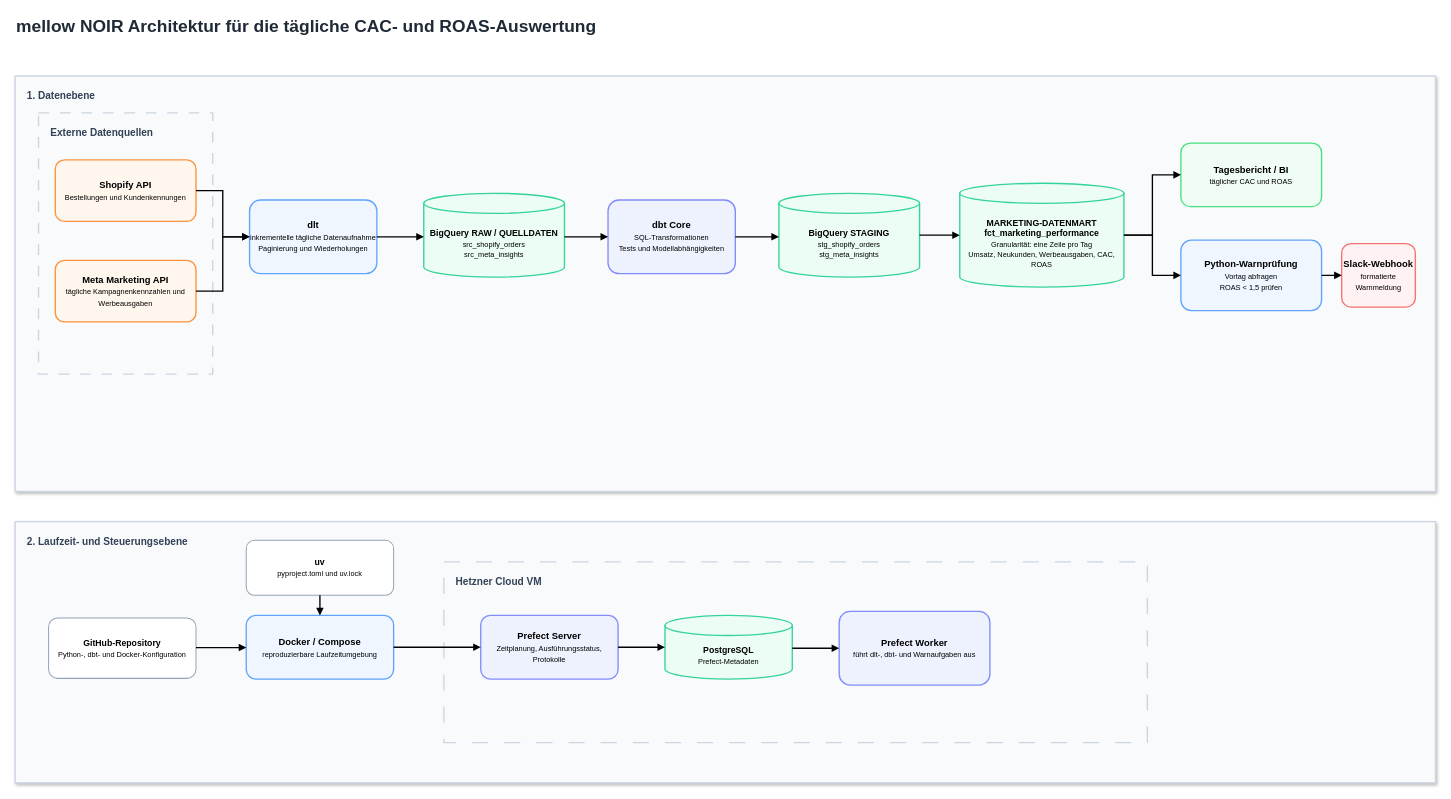
Before: page "01 - Architecture" (1 of 2) of doc/01_Architekturdiagramm.drawio in pu2is/MN_CaseStudy, a draw.io diagram. Source tidied: cells renumbered, new cells numbered last; positions are measured from the earlier drawing's top-left corner, leaving out a move shared by most shapes. Both pictures are drawn from the tidied source at 67%, with x=0, y=0 at pixel (15, 11).
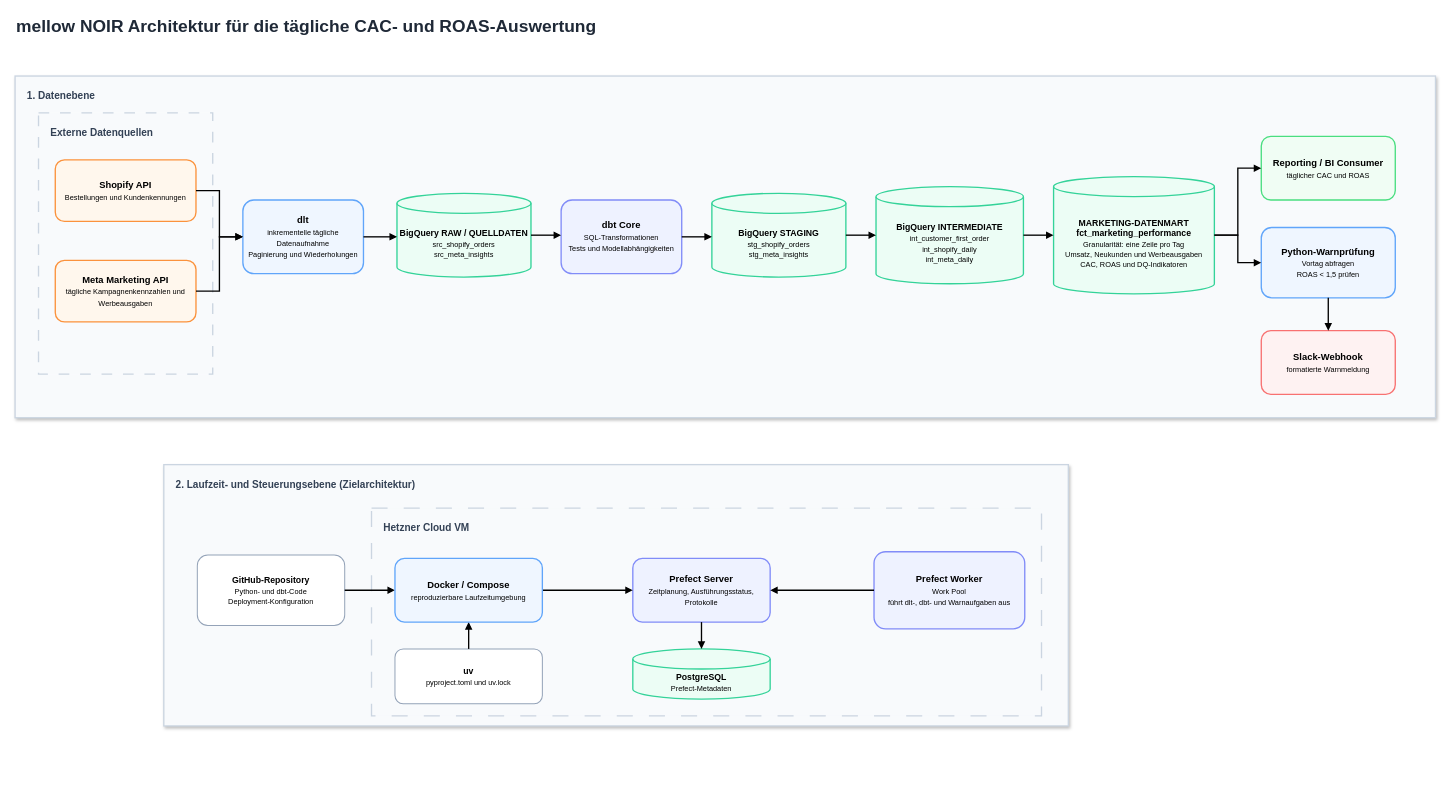
Above is the later version.

Change to the diagram source:
```diff
@@
     <mxCell id="3" value="1. Datenebene" style="rounded=0;whiteSpace=wrap;html=1;fillColor=#F8FAFC;strokeColor=#CBD5E1;strokeWidth=2;arcSize=8;verticalAlign=top;align=left;spacingTop=14;spacingLeft=16;fontSize=15;fontStyle=1;fontColor=#334155;glass=0;shadow=1;" parent="1" vertex="1">
-      <mxGeometry y="96" width="2120" height="620" as="geometry" />
+      <mxGeometry y="96" width="2120" height="510" as="geometry" />
     </mxCell>
@@
     <mxCell id="7" value="dlt&lt;br&gt;&lt;font style=&quot;font-size:11px;font-weight:normal&quot;&gt;inkrementelle tägliche Datenaufnahme&lt;br&gt;Paginierung und Wiederholungen&lt;/font&gt;" style="rounded=1;whiteSpace=wrap;html=1;fillColor=#EFF6FF;strokeColor=#60A5FA;strokeWidth=2;fontSize=14;fontStyle=1;align=center;verticalAlign=middle;" parent="1" vertex="1">
-      <mxGeometry x="350" y="281" width="190" height="110" as="geometry" />
+      <mxGeometry x="340" y="281" width="180" height="110" as="geometry" />
     </mxCell>
     <mxCell id="8" value="BigQuery RAW / QUELLDATEN&lt;br&gt;&lt;font style=&quot;font-size:11px;font-weight:normal&quot;&gt;src_shopify_orders&lt;br&gt;src_meta_insights&lt;/font&gt;" style="shape=cylinder3;whiteSpace=wrap;html=1;boundedLbl=1;backgroundOutline=1;size=15;fillColor=#ECFDF5;strokeColor=#34D399;strokeWidth=2;fontSize=13;fontStyle=1;align=center;verticalAlign=middle;" parent="1" vertex="1">
-      <mxGeometry x="610" y="271" width="210" height="125" as="geometry" />
+      <mxGeometry x="570" y="271" width="200" height="125" as="geometry" />
     </mxCell>
     <mxCell id="9" value="dbt Core&lt;br&gt;&lt;font style=&quot;font-size:11px;font-weight:normal&quot;&gt;SQL-Transformationen&lt;br&gt;Tests und Modellabhängigkeiten&lt;/font&gt;" style="rounded=1;whiteSpace=wrap;html=1;fillColor=#EEF2FF;strokeColor=#818CF8;strokeWidth=2;fontSize=14;fontStyle=1;align=center;verticalAlign=middle;" parent="1" vertex="1">
-      <mxGeometry x="885" y="281" width="190" height="110" as="geometry" />
+      <mxGeometry x="815" y="281" width="180" height="110" as="geometry" />
     </mxCell>
     <mxCell id="10" value="BigQuery STAGING&lt;br&gt;&lt;font style=&quot;font-size:11px;font-weight:normal&quot;&gt;stg_shopify_orders&lt;br&gt;stg_meta_insights&lt;/font&gt;" style="shape=cylinder3;whiteSpace=wrap;html=1;boundedLbl=1;backgroundOutline=1;size=15;fillColor=#ECFDF5;strokeColor=#34D399;strokeWidth=2;fontSize=13;fontStyle=1;align=center;verticalAlign=middle;" parent="1" vertex="1">
-      <mxGeometry x="1140" y="271" width="210" height="125" as="geometry" />
+      <mxGeometry x="1040" y="271" width="200" height="125" as="geometry" />
     </mxCell>
+    <mxCell id="37" value="BigQuery INTERMEDIATE&lt;br&gt;&lt;font style=&quot;font-size:11px;font-weight:normal&quot;&gt;int_customer_first_order&lt;br&gt;int_shopify_daily&lt;br&gt;int_meta_daily&lt;/font&gt;" style="shape=cylinder3;whiteSpace=wrap;html=1;boundedLbl=1;backgroundOutline=1;size=15;fillColor=#ECFDF5;strokeColor=#34D399;strokeWidth=2;fontSize=13;fontStyle=1;align=center;verticalAlign=middle;" parent="1" vertex="1">
+      <mxGeometry x="1285" y="261" width="220" height="145" as="geometry" />
+    </mxCell>
-    <mxCell id="11" value="MARKETING-DATENMART&lt;br&gt;&lt;b&gt;fct_marketing_performance&lt;/b&gt;&lt;br&gt;&lt;font style=&quot;font-size:11px;font-weight:normal&quot;&gt;Granularität: eine Zeile pro Tag&lt;br&gt;Umsatz, Neukunden, Werbeausgaben, CAC, ROAS&lt;/font&gt;" style="shape=cylinder3;whiteSpace=wrap;html=1;boundedLbl=1;backgroundOutline=1;size=15;fillColor=#ECFDF5;strokeColor=#34D399;strokeWidth=2;fontSize=13;fontStyle=1;align=center;verticalAlign=middle;" parent="1" vertex="1">
-      <mxGeometry x="1410" y="256" width="245" height="155" as="geometry" />
+    <mxCell id="11" value="MARKETING-DATENMART&lt;br&gt;&lt;b&gt;fct_marketing_performance&lt;/b&gt;&lt;br&gt;&lt;font style=&quot;font-size:11px;font-weight:normal&quot;&gt;Granularität: eine Zeile pro Tag&lt;br&gt;Umsatz, Neukunden und Werbeausgaben&lt;br&gt;CAC, ROAS und DQ-Indikatoren&lt;/font&gt;" style="shape=cylinder3;whiteSpace=wrap;html=1;boundedLbl=1;backgroundOutline=1;size=15;fillColor=#ECFDF5;strokeColor=#34D399;strokeWidth=2;fontSize=13;fontStyle=1;align=center;verticalAlign=middle;" parent="1" vertex="1">
+      <mxGeometry x="1550" y="246" width="240" height="175" as="geometry" />
     </mxCell>
-    <mxCell id="12" value="Tagesbericht / BI&lt;br&gt;&lt;font style=&quot;font-size:11px;font-weight:normal&quot;&gt;täglicher CAC und ROAS&lt;/font&gt;" style="rounded=1;whiteSpace=wrap;html=1;fillColor=#F0FDF4;strokeColor=#4ADE80;strokeWidth=2;fontSize=14;fontStyle=1;align=center;verticalAlign=middle;" parent="1" vertex="1">
-      <mxGeometry x="1740" y="196" width="210" height="95" as="geometry" />
+    <mxCell id="12" value="Reporting / BI Consumer&lt;br&gt;&lt;font style=&quot;font-size:11px;font-weight:normal&quot;&gt;täglicher CAC und ROAS&lt;/font&gt;" style="rounded=1;whiteSpace=wrap;html=1;fillColor=#F0FDF4;strokeColor=#4ADE80;strokeWidth=2;fontSize=14;fontStyle=1;align=center;verticalAlign=middle;" parent="1" vertex="1">
+      <mxGeometry x="1860" y="186" width="200" height="95" as="geometry" />
     </mxCell>
     <mxCell id="13" value="Python-Warnprüfung&lt;br&gt;&lt;font style=&quot;font-size:11px;font-weight:normal&quot;&gt;Vortag abfragen&lt;br&gt;ROAS &amp;lt; 1,5 prüfen&lt;/font&gt;" style="rounded=1;whiteSpace=wrap;html=1;fillColor=#EFF6FF;strokeColor=#60A5FA;strokeWidth=2;fontSize=14;fontStyle=1;align=center;verticalAlign=middle;" parent="1" vertex="1">
-      <mxGeometry x="1740" y="341" width="210" height="105" as="geometry" />
+      <mxGeometry x="1860" y="322" width="200" height="105" as="geometry" />
     </mxCell>
     <mxCell id="14" value="Slack-Webhook&lt;br&gt;&lt;font style=&quot;font-size:11px;font-weight:normal&quot;&gt;formatierte Warnmeldung&lt;/font&gt;" style="rounded=1;whiteSpace=wrap;html=1;fillColor=#FEF2F2;strokeColor=#F87171;strokeWidth=2;fontSize=14;fontStyle=1;align=center;verticalAlign=middle;" parent="1" vertex="1">
-      <mxGeometry x="1980" y="346" width="110" height="95" as="geometry" />
+      <mxGeometry x="1860" y="476" width="200" height="95" as="geometry" />
     </mxCell>
@@
-    <mxCell id="20" style="edgeStyle=orthogonalEdgeStyle;rounded=0;jettySize=auto;html=1;endArrow=block;endFill=1;strokeWidth=2;" parent="1" edge="1" source="10" target="11">
+    <mxCell id="20" style="edgeStyle=orthogonalEdgeStyle;rounded=0;jettySize=auto;html=1;endArrow=block;endFill=1;strokeWidth=2;" parent="1" edge="1" source="10" target="37">
       <mxGeometry relative="1" as="geometry" />
     </mxCell>
+    <mxCell id="38" style="edgeStyle=orthogonalEdgeStyle;rounded=0;jettySize=auto;html=1;endArrow=block;endFill=1;strokeWidth=2;" parent="1" edge="1" source="37" target="11">
+      <mxGeometry relative="1" as="geometry" />
+    </mxCell>
@@
+    <mxCell id="39" style="group;" parent="1" vertex="1">
+      <mxGeometry x="222" y="676" width="1350" height="390" as="geometry" />
+    </mxCell>
-    <mxCell id="24" value="2. Laufzeit- und Steuerungsebene" style="rounded=0;whiteSpace=wrap;html=1;fillColor=#F8FAFC;strokeColor=#CBD5E1;strokeWidth=2;arcSize=8;verticalAlign=top;align=left;spacingTop=14;spacingLeft=16;fontSize=15;fontStyle=1;fontColor=#334155;shadow=1;" parent="1" vertex="1">
-      <mxGeometry y="761" width="2120" height="390" as="geometry" />
+    <mxCell id="24" value="2. Laufzeit- und Steuerungsebene (Zielarchitektur)" style="rounded=0;whiteSpace=wrap;html=1;fillColor=#F8FAFC;strokeColor=#CBD5E1;strokeWidth=2;arcSize=8;verticalAlign=top;align=left;spacingTop=14;spacingLeft=16;fontSize=15;fontStyle=1;fontColor=#334155;shadow=1;" parent="39" vertex="1">
+      <mxGeometry width="1350" height="390" as="geometry" />
     </mxCell>
+    <mxCell id="28" value="Hetzner Cloud VM" style="rounded=0;whiteSpace=wrap;html=1;fillColor=#F8FAFC;strokeColor=#CBD5E1;strokeWidth=2;arcSize=8;verticalAlign=top;align=left;spacingTop=14;spacingLeft=16;fontSize=15;fontStyle=1;fontColor=#334155;dashed=1;dashPattern=12 12;" parent="39" vertex="1">
+      <mxGeometry x="310" y="65" width="1000" height="310" as="geometry" />
+    </mxCell>
-    <mxCell id="25" value="GitHub-Repository&lt;br&gt;&lt;font style=&quot;font-size:11px;font-weight:normal&quot;&gt;Python-, dbt- und Docker-Konfiguration&lt;/font&gt;" style="rounded=1;whiteSpace=wrap;html=1;fillColor=#FFFFFF;strokeColor=#94A3B8;strokeWidth=1.5;fontSize=13;fontStyle=1;align=center;verticalAlign=middle;" parent="1" vertex="1">
-      <mxGeometry x="50" y="905" width="220" height="90" as="geometry" />
+    <mxCell id="25" value="GitHub-Repository&lt;br&gt;&lt;font style=&quot;font-size:11px;font-weight:normal&quot;&gt;Python- und dbt-Code&lt;br&gt;Deployment-Konfiguration&lt;/font&gt;" style="rounded=1;whiteSpace=wrap;html=1;fillColor=#FFFFFF;strokeColor=#94A3B8;strokeWidth=1.5;fontSize=13;fontStyle=1;align=center;verticalAlign=middle;" parent="39" vertex="1">
+      <mxGeometry x="50" y="135" width="220" height="105" as="geometry" />
     </mxCell>
-    <mxCell id="26" value="uv&lt;br&gt;&lt;font style=&quot;font-size:11px;font-weight:normal&quot;&gt;pyproject.toml und uv.lock&lt;/font&gt;" style="rounded=1;whiteSpace=wrap;html=1;fillColor=#FFFFFF;strokeColor=#94A3B8;strokeWidth=1.5;fontSize=13;fontStyle=1;align=center;verticalAlign=middle;" parent="1" vertex="1">
-      <mxGeometry x="345" y="789" width="220" height="82" as="geometry" />
-    </mxCell>
-    <mxCell id="27" value="Docker / Compose&lt;br&gt;&lt;font style=&quot;font-size:11px;font-weight:normal&quot;&gt;reproduzierbare Laufzeitumgebung&lt;/font&gt;" style="rounded=1;whiteSpace=wrap;html=1;fillColor=#EFF6FF;strokeColor=#60A5FA;strokeWidth=2;fontSize=14;fontStyle=1;align=center;verticalAlign=middle;" parent="1" vertex="1">
-      <mxGeometry x="345" y="901" width="220" height="95" as="geometry" />
-    </mxCell>
-    <mxCell id="28" value="Hetzner Cloud VM" style="rounded=0;whiteSpace=wrap;html=1;fillColor=#F8FAFC;strokeColor=#CBD5E1;strokeWidth=2;arcSize=8;verticalAlign=top;align=left;spacingTop=14;spacingLeft=16;fontSize=15;fontStyle=1;fontColor=#334155;dashed=1;dashPattern=12 12;" parent="1" vertex="1">
-      <mxGeometry x="640" y="821" width="1050" height="270" as="geometry" />
-    </mxCell>
-    <mxCell id="29" value="Prefect Server&lt;br&gt;&lt;font style=&quot;font-size:11px;font-weight:normal&quot;&gt;Zeitplanung, Ausführungsstatus, Protokolle&lt;/font&gt;" style="rounded=1;whiteSpace=wrap;html=1;fillColor=#EEF2FF;strokeColor=#818CF8;strokeWidth=2;fontSize=14;fontStyle=1;align=center;verticalAlign=middle;" parent="1" vertex="1">
-      <mxGeometry x="695" y="901" width="205" height="95" as="geometry" />
+    <mxCell id="29" value="Prefect Server&lt;br&gt;&lt;font style=&quot;font-size:11px;font-weight:normal&quot;&gt;Zeitplanung, Ausführungsstatus, Protokolle&lt;/font&gt;" style="rounded=1;whiteSpace=wrap;html=1;fillColor=#EEF2FF;strokeColor=#818CF8;strokeWidth=2;fontSize=14;fontStyle=1;align=center;verticalAlign=middle;" parent="39" vertex="1">
+      <mxGeometry x="700" y="140" width="205" height="95" as="geometry" />
     </mxCell>
-    <mxCell id="30" value="PostgreSQL&lt;br&gt;&lt;font style=&quot;font-size:11px;font-weight:normal&quot;&gt;Prefect-Metadaten&lt;/font&gt;" style="shape=cylinder3;whiteSpace=wrap;html=1;boundedLbl=1;backgroundOutline=1;size=15;fillColor=#ECFDF5;strokeColor=#34D399;strokeWidth=2;fontSize=13;fontStyle=1;align=center;verticalAlign=middle;" parent="1" vertex="1">
-      <mxGeometry x="970" y="901" width="190" height="95" as="geometry" />
+    <mxCell id="30" value="PostgreSQL&lt;br&gt;&lt;font style=&quot;font-size:11px;font-weight:normal&quot;&gt;Prefect-Metadaten&lt;/font&gt;" style="shape=cylinder3;whiteSpace=wrap;html=1;boundedLbl=1;backgroundOutline=1;size=15;fillColor=#ECFDF5;strokeColor=#34D399;strokeWidth=2;fontSize=13;fontStyle=1;align=center;verticalAlign=middle;" parent="39" vertex="1">
+      <mxGeometry x="700" y="275" width="205" height="75" as="geometry" />
     </mxCell>
-    <mxCell id="31" value="Prefect Worker&lt;br&gt;&lt;font style=&quot;font-size:11px;font-weight:normal&quot;&gt;führt dlt-, dbt- und Warnaufgaben aus&lt;/font&gt;" style="rounded=1;whiteSpace=wrap;html=1;fillColor=#EEF2FF;strokeColor=#818CF8;strokeWidth=2;fontSize=14;fontStyle=1;align=center;verticalAlign=middle;" parent="1" vertex="1">
-      <mxGeometry x="1230" y="895" width="225" height="110" as="geometry" />
+    <mxCell id="31" value="Prefect Worker&lt;br&gt;&lt;font style=&quot;font-size:11px;font-weight:normal&quot;&gt;Work Pool&lt;br&gt;führt dlt-, dbt- und Warnaufgaben aus&lt;/font&gt;" style="rounded=1;whiteSpace=wrap;html=1;fillColor=#EEF2FF;strokeColor=#818CF8;strokeWidth=2;fontSize=14;fontStyle=1;align=center;verticalAlign=middle;" parent="39" vertex="1">
+      <mxGeometry x="1060" y="130" width="225" height="115" as="geometry" />
     </mxCell>
+    <mxCell id="35" style="edgeStyle=orthogonalEdgeStyle;rounded=0;jettySize=auto;html=1;endArrow=block;endFill=1;strokeWidth=2;" parent="39" edge="1" source="29" target="30">
+      <mxGeometry relative="1" as="geometry" />
+    </mxCell>
+    <mxCell id="40" style="edgeStyle=orthogonalEdgeStyle;rounded=0;jettySize=auto;html=1;endArrow=block;endFill=1;strokeWidth=2;" parent="39" edge="1" source="31" target="29">
+      <mxGeometry relative="1" as="geometry" />
+    </mxCell>
+    <mxCell id="26" value="uv&lt;br&gt;&lt;font style=&quot;font-size:11px;font-weight:normal&quot;&gt;pyproject.toml und uv.lock&lt;/font&gt;" style="rounded=1;whiteSpace=wrap;html=1;fillColor=#FFFFFF;strokeColor=#94A3B8;strokeWidth=1.5;fontSize=13;fontStyle=1;align=center;verticalAlign=middle;" parent="39" vertex="1">
+      <mxGeometry x="345" y="275" width="220" height="82" as="geometry" />
+    </mxCell>
-    <mxCell id="32" style="edgeStyle=orthogonalEdgeStyle;rounded=0;jettySize=auto;html=1;endArrow=block;endFill=1;strokeWidth=2;" parent="1" edge="1" source="25" target="27">
+    <mxCell id="32" style="edgeStyle=orthogonalEdgeStyle;rounded=0;jettySize=auto;html=1;endArrow=block;endFill=1;strokeWidth=2;" parent="39" edge="1" source="25" target="27">
       <mxGeometry relative="1" as="geometry">
         <Array as="points">
-          <mxPoint x="310" y="949" />
-          <mxPoint x="310" y="949" />
+          <mxPoint x="310" y="188" />
+          <mxPoint x="310" y="188" />
         </Array>
       </mxGeometry>
     </mxCell>
-    <mxCell id="33" style="edgeStyle=orthogonalEdgeStyle;rounded=0;jettySize=auto;html=1;endArrow=block;endFill=1;strokeWidth=2;" parent="1" edge="1" source="26" target="27">
+    <mxCell id="33" style="edgeStyle=orthogonalEdgeStyle;rounded=0;jettySize=auto;html=1;endArrow=block;endFill=1;strokeWidth=2;" parent="39" edge="1" source="26" target="27">
       <mxGeometry relative="1" as="geometry" />
     </mxCell>
-    <mxCell id="34" style="edgeStyle=orthogonalEdgeStyle;rounded=0;jettySize=auto;html=1;endArrow=block;endFill=1;strokeWidth=2;" parent="1" edge="1" source="27" target="29">
+    <mxCell id="34" style="edgeStyle=orthogonalEdgeStyle;rounded=0;jettySize=auto;html=1;endArrow=block;endFill=1;strokeWidth=2;" parent="39" edge="1" source="27" target="29">
       <mxGeometry relative="1" as="geometry" />
     </mxCell>
-    <mxCell id="35" style="edgeStyle=orthogonalEdgeStyle;rounded=0;jettySize=auto;html=1;endArrow=block;endFill=1;strokeWidth=2;" parent="1" edge="1" source="29" target="30">
-      <mxGeometry relative="1" as="geometry" />
-    </mxCell>
-    <mxCell id="36" style="edgeStyle=orthogonalEdgeStyle;rounded=0;orthogonalLoop=1;jettySize=auto;html=1;endArrow=block;endFill=1;strokeWidth=2;" parent="1" edge="1">
-      <mxGeometry relative="1" as="geometry">
-        <mxPoint x="1160" y="950" as="sourcePoint" />
-        <mxPoint x="1230" y="950" as="targetPoint" />
-      </mxGeometry>
-    </mxCell>
+    <mxCell id="27" value="Docker / Compose&lt;br&gt;&lt;font style=&quot;font-size:11px;font-weight:normal&quot;&gt;reproduzierbare Laufzeitumgebung&lt;/font&gt;" style="rounded=1;whiteSpace=wrap;html=1;fillColor=#EFF6FF;strokeColor=#60A5FA;strokeWidth=2;fontSize=14;fontStyle=1;align=center;verticalAlign=middle;" parent="39" vertex="1">
+      <mxGeometry x="345" y="140" width="220" height="95" as="geometry" />
+    </mxCell>
```
